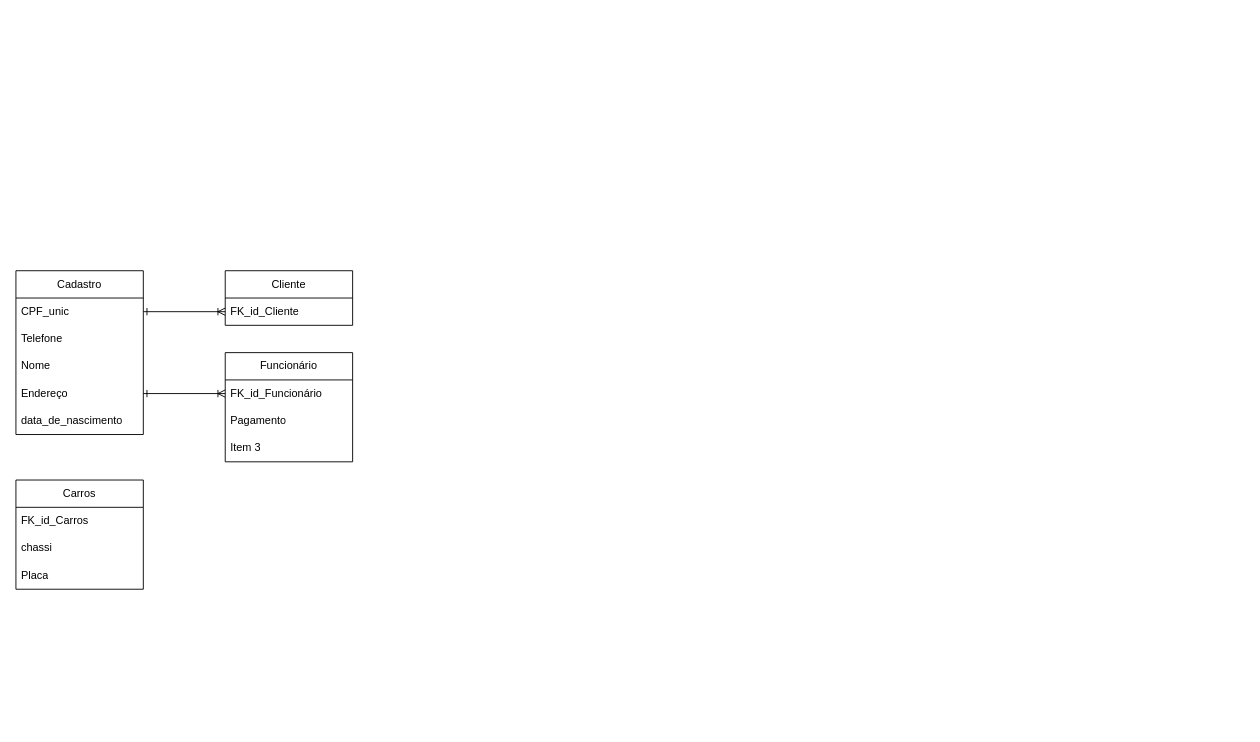
Earlier version of the draw.io diagram Locadora_de_carros.drawio (Adrianobraga/diagramas). Source tidied: cells renumbered, new cells numbered last; positions are measured from the earlier drawing's top-left corner, leaving out a move shared by most shapes. Both pictures are drawn from the tidied source at 91%, with x=0, y=0 at pixel (15, 270).
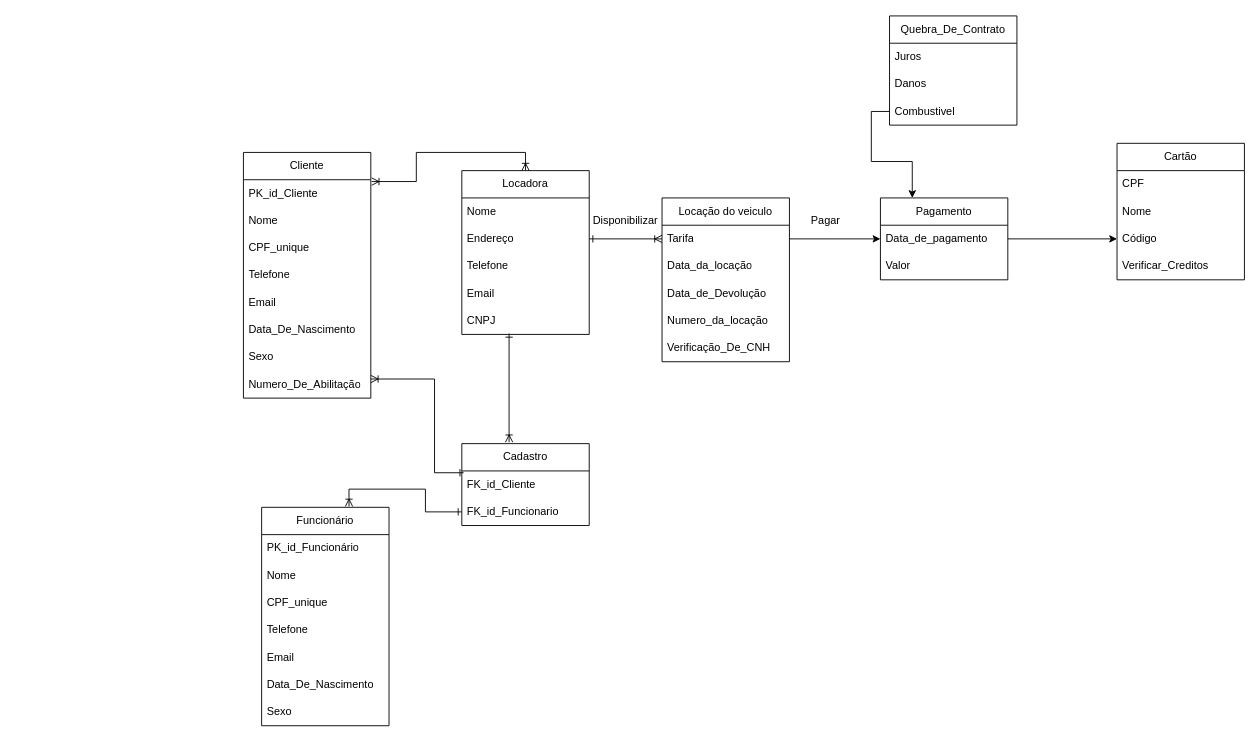
Above is the later version.

Diff of the diagram source:
```diff
@@
-    <mxCell id="2" value="Cadastro" style="swimlane;fontStyle=0;horizontal=1;startSize=30;whiteSpace=wrap;html=1;" parent="1" vertex="1">
-      <mxGeometry width="140" height="180" as="geometry" />
-    </mxCell>
-    <mxCell id="3" value="CPF_unic" style="text;strokeColor=none;fillColor=none;align=left;verticalAlign=middle;spacingLeft=4;spacingRight=4;overflow=hidden;points=[[0,0.5],[1,0.5]];portConstraint=eastwest;whiteSpace=wrap;html=1;" parent="2" vertex="1">
-      <mxGeometry y="30" width="140" height="30" as="geometry" />
-    </mxCell>
-    <mxCell id="4" value="Telefone" style="text;strokeColor=none;fillColor=none;align=left;verticalAlign=middle;spacingLeft=4;spacingRight=4;overflow=hidden;whiteSpace=wrap;html=1;" parent="2" vertex="1">
-      <mxGeometry y="60" width="140" height="30" as="geometry" />
-    </mxCell>
-    <mxCell id="5" value="Nome" style="text;strokeColor=none;fillColor=none;align=left;verticalAlign=middle;spacingLeft=4;spacingRight=4;overflow=hidden;whiteSpace=wrap;html=1;" parent="2" vertex="1">
-      <mxGeometry y="90" width="140" height="30" as="geometry" />
-    </mxCell>
-    <mxCell id="6" value="Endereço" style="text;strokeColor=none;fillColor=none;align=left;verticalAlign=middle;spacingLeft=4;spacingRight=4;overflow=hidden;points=[[0,0.5],[1,0.5]];portConstraint=eastwest;whiteSpace=wrap;html=1;" parent="2" vertex="1">
-      <mxGeometry y="120" width="140" height="30" as="geometry" />
-    </mxCell>
-    <mxCell id="7" value="data_de_nascimento" style="text;strokeColor=none;fillColor=none;align=left;verticalAlign=middle;spacingLeft=4;spacingRight=4;overflow=hidden;whiteSpace=wrap;html=1;" parent="2" vertex="1">
-      <mxGeometry y="150" width="140" height="30" as="geometry" />
-    </mxCell>
     <mxCell id="8" value="Cliente" style="swimlane;fontStyle=0;horizontal=1;startSize=30;whiteSpace=wrap;html=1;" parent="1" vertex="1">
-      <mxGeometry x="230" width="140" height="60" as="geometry" />
+      <mxGeometry x="250" y="-130" width="140" height="270" as="geometry" />
     </mxCell>
-    <mxCell id="9" value="FK_id_Cliente" style="text;strokeColor=none;fillColor=none;align=left;verticalAlign=middle;spacingLeft=4;spacingRight=4;overflow=hidden;points=[[0,0.5],[1,0.5]];portConstraint=eastwest;whiteSpace=wrap;html=1;" parent="8" vertex="1">
+    <mxCell id="9" value="PK_id_Cliente" style="text;strokeColor=none;fillColor=none;align=left;verticalAlign=middle;spacingLeft=4;spacingRight=4;overflow=hidden;points=[[0,0.5],[1,0.5]];portConstraint=eastwest;whiteSpace=wrap;html=1;" parent="8" vertex="1">
       <mxGeometry y="30" width="140" height="30" as="geometry" />
     </mxCell>
-    <mxCell id="10" style="edgeStyle=orthogonalEdgeStyle;rounded=0;jettySize=auto;html=1;exitX=0;exitY=0.5;exitDx=0;exitDy=0;entryX=1;entryY=0.5;entryDx=0;entryDy=0;endArrow=ERone;endFill=0;startArrow=ERoneToMany;startFill=0;" parent="1" edge="1" source="9" target="3">
-      <mxGeometry relative="1" as="geometry" />
-    </mxCell>
+    <mxCell id="20" value="Nome" style="text;strokeColor=none;fillColor=none;align=left;verticalAlign=middle;spacingLeft=4;spacingRight=4;overflow=hidden;whiteSpace=wrap;html=1;" parent="8" vertex="1">
+      <mxGeometry y="60" width="140" height="30" as="geometry" />
+    </mxCell>
+    <mxCell id="21" value="CPF_unique" style="text;strokeColor=none;fillColor=none;align=left;verticalAlign=middle;spacingLeft=4;spacingRight=4;overflow=hidden;whiteSpace=wrap;html=1;" parent="8" vertex="1">
+      <mxGeometry y="90" width="140" height="30" as="geometry" />
+    </mxCell>
+    <mxCell id="22" value="Telefone" style="text;strokeColor=none;fillColor=none;align=left;verticalAlign=middle;spacingLeft=4;spacingRight=4;overflow=hidden;whiteSpace=wrap;html=1;" parent="8" vertex="1">
+      <mxGeometry y="120" width="140" height="30" as="geometry" />
+    </mxCell>
+    <mxCell id="23" value="Email" style="text;strokeColor=none;fillColor=none;align=left;verticalAlign=middle;spacingLeft=4;spacingRight=4;overflow=hidden;whiteSpace=wrap;html=1;" parent="8" vertex="1">
+      <mxGeometry y="150" width="140" height="30" as="geometry" />
+    </mxCell>
+    <mxCell id="24" value="Data_De_Nascimento" style="text;strokeColor=none;fillColor=none;align=left;verticalAlign=middle;spacingLeft=4;spacingRight=4;overflow=hidden;whiteSpace=wrap;html=1;" parent="8" vertex="1">
+      <mxGeometry y="180" width="140" height="30" as="geometry" />
+    </mxCell>
+    <mxCell id="25" value="Sexo" style="text;strokeColor=none;fillColor=none;align=left;verticalAlign=middle;spacingLeft=4;spacingRight=4;overflow=hidden;whiteSpace=wrap;html=1;" parent="8" vertex="1">
+      <mxGeometry y="210" width="140" height="30" as="geometry" />
+    </mxCell>
+    <mxCell id="26" value="Numero_De_Abilitação" style="text;strokeColor=none;fillColor=none;align=left;verticalAlign=middle;spacingLeft=4;spacingRight=4;overflow=hidden;points=[[0,0.5],[1,0.5]];portConstraint=eastwest;whiteSpace=wrap;html=1;" parent="8" vertex="1">
+      <mxGeometry y="240" width="140" height="30" as="geometry" />
+    </mxCell>
+    <mxCell id="27" style="edgeStyle=orthogonalEdgeStyle;rounded=0;jettySize=auto;html=1;exitX=0.686;exitY=-0.004;exitDx=0;exitDy=0;entryX=0;entryY=0.5;entryDx=0;entryDy=0;startArrow=ERoneToMany;startFill=0;endArrow=ERone;endFill=0;exitPerimeter=0;" parent="1" edge="1" source="11" target="52">
+      <mxGeometry relative="1" as="geometry">
+        <Array as="points">
+          <mxPoint x="366" y="240" />
+          <mxPoint x="450" y="240" />
+          <mxPoint x="450" y="265" />
+        </Array>
+      </mxGeometry>
+    </mxCell>
     <mxCell id="11" value="Funcionário" style="swimlane;fontStyle=0;horizontal=1;startSize=30;whiteSpace=wrap;html=1;" parent="1" vertex="1">
-      <mxGeometry x="230" y="90" width="140" height="120" as="geometry" />
+      <mxGeometry x="270" y="260" width="140" height="240" as="geometry" />
     </mxCell>
-    <mxCell id="12" value="FK_id_Funcionário" style="text;strokeColor=none;fillColor=none;align=left;verticalAlign=middle;spacingLeft=4;spacingRight=4;overflow=hidden;points=[[0,0.5],[1,0.5]];portConstraint=eastwest;whiteSpace=wrap;html=1;" parent="11" vertex="1">
+    <mxCell id="12" value="PK_id_Funcionário" style="text;strokeColor=none;fillColor=none;align=left;verticalAlign=middle;spacingLeft=4;spacingRight=4;overflow=hidden;points=[[0,0.5],[1,0.5]];portConstraint=eastwest;whiteSpace=wrap;html=1;" parent="11" vertex="1">
       <mxGeometry y="30" width="140" height="30" as="geometry" />
     </mxCell>
-    <mxCell id="13" value="Pagamento" style="text;strokeColor=none;fillColor=none;align=left;verticalAlign=middle;spacingLeft=4;spacingRight=4;overflow=hidden;points=[[0,0.5],[1,0.5]];portConstraint=eastwest;whiteSpace=wrap;html=1;" parent="11" vertex="1">
-      <mxGeometry y="60" width="140" height="30" as="geometry" />
-    </mxCell>
-    <mxCell id="14" value="Item 3" style="text;strokeColor=none;fillColor=none;align=left;verticalAlign=middle;spacingLeft=4;spacingRight=4;overflow=hidden;whiteSpace=wrap;html=1;" parent="11" vertex="1">
-      <mxGeometry y="90" width="140" height="30" as="geometry" />
+    <mxCell id="14" value="Nome" style="text;strokeColor=none;fillColor=none;align=left;verticalAlign=middle;spacingLeft=4;spacingRight=4;overflow=hidden;whiteSpace=wrap;html=1;" parent="11" vertex="1">
+      <mxGeometry y="60" width="140" height="30" as="geometry" />
     </mxCell>
-    <mxCell id="15" style="edgeStyle=orthogonalEdgeStyle;rounded=0;jettySize=auto;html=1;exitX=0;exitY=0.5;exitDx=0;exitDy=0;entryX=1;entryY=0.5;entryDx=0;entryDy=0;endArrow=ERone;endFill=0;startArrow=ERoneToMany;startFill=0;" parent="1" edge="1" source="12" target="6">
-      <mxGeometry relative="1" as="geometry" />
-    </mxCell>
+    <mxCell id="28" value="CPF_unique" style="text;strokeColor=none;fillColor=none;align=left;verticalAlign=middle;spacingLeft=4;spacingRight=4;overflow=hidden;whiteSpace=wrap;html=1;" parent="11" vertex="1">
+      <mxGeometry y="90" width="140" height="30" as="geometry" />
+    </mxCell>
+    <mxCell id="29" value="Telefone" style="text;strokeColor=none;fillColor=none;align=left;verticalAlign=middle;spacingLeft=4;spacingRight=4;overflow=hidden;whiteSpace=wrap;html=1;" parent="11" vertex="1">
+      <mxGeometry y="120" width="140" height="30" as="geometry" />
+    </mxCell>
+    <mxCell id="30" value="Email" style="text;strokeColor=none;fillColor=none;align=left;verticalAlign=middle;spacingLeft=4;spacingRight=4;overflow=hidden;whiteSpace=wrap;html=1;" parent="11" vertex="1">
+      <mxGeometry y="150" width="140" height="30" as="geometry" />
+    </mxCell>
+    <mxCell id="31" value="Data_De_Nascimento" style="text;strokeColor=none;fillColor=none;align=left;verticalAlign=middle;spacingLeft=4;spacingRight=4;overflow=hidden;whiteSpace=wrap;html=1;" parent="11" vertex="1">
+      <mxGeometry y="180" width="140" height="30" as="geometry" />
+    </mxCell>
+    <mxCell id="32" value="Sexo" style="text;strokeColor=none;fillColor=none;align=left;verticalAlign=middle;spacingLeft=4;spacingRight=4;overflow=hidden;whiteSpace=wrap;html=1;" parent="11" vertex="1">
+      <mxGeometry y="210" width="140" height="30" as="geometry" />
+    </mxCell>
-    <mxCell id="16" value="Carros" style="swimlane;fontStyle=0;horizontal=1;startSize=30;whiteSpace=wrap;html=1;" parent="1" vertex="1">
-      <mxGeometry y="230" width="140" height="120" as="geometry" />
+    <mxCell id="16" value="Locação do veiculo" style="swimlane;fontStyle=0;horizontal=1;startSize=30;whiteSpace=wrap;html=1;" parent="1" vertex="1">
+      <mxGeometry x="710" y="-80" width="140" height="180" as="geometry" />
     </mxCell>
-    <mxCell id="17" value="FK_id_Carros" style="text;strokeColor=none;fillColor=none;align=left;verticalAlign=middle;spacingLeft=4;spacingRight=4;overflow=hidden;points=[[0,0.5],[1,0.5]];portConstraint=eastwest;whiteSpace=wrap;html=1;" parent="16" vertex="1">
+    <mxCell id="17" value="Tarifa" style="text;strokeColor=none;fillColor=none;align=left;verticalAlign=middle;spacingLeft=4;spacingRight=4;overflow=hidden;points=[[0,0.5],[1,0.5]];portConstraint=eastwest;whiteSpace=wrap;html=1;" parent="16" vertex="1">
       <mxGeometry y="30" width="140" height="30" as="geometry" />
     </mxCell>
-    <mxCell id="18" value="chassi" style="text;strokeColor=none;fillColor=none;align=left;verticalAlign=middle;spacingLeft=4;spacingRight=4;overflow=hidden;whiteSpace=wrap;html=1;" parent="16" vertex="1">
+    <mxCell id="18" value="Data_da_locação" style="text;strokeColor=none;fillColor=none;align=left;verticalAlign=middle;spacingLeft=4;spacingRight=4;overflow=hidden;whiteSpace=wrap;html=1;" parent="16" vertex="1">
       <mxGeometry y="60" width="140" height="30" as="geometry" />
     </mxCell>
-    <mxCell id="19" value="Placa" style="text;strokeColor=none;fillColor=none;align=left;verticalAlign=middle;spacingLeft=4;spacingRight=4;overflow=hidden;whiteSpace=wrap;html=1;" parent="16" vertex="1">
+    <mxCell id="19" value="Data_de_Devolução" style="text;strokeColor=none;fillColor=none;align=left;verticalAlign=middle;spacingLeft=4;spacingRight=4;overflow=hidden;whiteSpace=wrap;html=1;" parent="16" vertex="1">
       <mxGeometry y="90" width="140" height="30" as="geometry" />
     </mxCell>
+    <mxCell id="33" value="Numero_da_locação" style="text;strokeColor=none;fillColor=none;align=left;verticalAlign=middle;spacingLeft=4;spacingRight=4;overflow=hidden;whiteSpace=wrap;html=1;" parent="16" vertex="1">
+      <mxGeometry y="120" width="140" height="30" as="geometry" />
+    </mxCell>
+    <mxCell id="34" value="Verificação_De_CNH" style="text;strokeColor=none;fillColor=none;align=left;verticalAlign=middle;spacingLeft=4;spacingRight=4;overflow=hidden;whiteSpace=wrap;html=1;" parent="16" vertex="1">
+      <mxGeometry y="150" width="140" height="30" as="geometry" />
+    </mxCell>
+    <mxCell id="35" value="Locadora" style="swimlane;fontStyle=0;horizontal=1;startSize=30;whiteSpace=wrap;html=1;" parent="1" vertex="1">
+      <mxGeometry x="490" y="-110" width="140" height="180" as="geometry" />
+    </mxCell>
+    <mxCell id="36" value="Nome" style="text;strokeColor=none;fillColor=none;align=left;verticalAlign=middle;spacingLeft=4;spacingRight=4;overflow=hidden;whiteSpace=wrap;html=1;" parent="35" vertex="1">
+      <mxGeometry y="30" width="140" height="30" as="geometry" />
+    </mxCell>
+    <mxCell id="6" value="Endereço" style="text;strokeColor=none;fillColor=none;align=left;verticalAlign=middle;spacingLeft=4;spacingRight=4;overflow=hidden;points=[[0,0.5],[1,0.5]];portConstraint=eastwest;whiteSpace=wrap;html=1;" parent="35" vertex="1">
+      <mxGeometry y="60" width="140" height="30" as="geometry" />
+    </mxCell>
+    <mxCell id="37" value="Telefone" style="text;strokeColor=none;fillColor=none;align=left;verticalAlign=middle;spacingLeft=4;spacingRight=4;overflow=hidden;whiteSpace=wrap;html=1;" parent="35" vertex="1">
+      <mxGeometry y="90" width="140" height="30" as="geometry" />
+    </mxCell>
+    <mxCell id="38" value="Email" style="text;strokeColor=none;fillColor=none;align=left;verticalAlign=middle;spacingLeft=4;spacingRight=4;overflow=hidden;whiteSpace=wrap;html=1;" parent="35" vertex="1">
+      <mxGeometry y="120" width="140" height="30" as="geometry" />
+    </mxCell>
+    <mxCell id="39" value="CNPJ" style="text;strokeColor=none;fillColor=none;align=left;verticalAlign=middle;spacingLeft=4;spacingRight=4;overflow=hidden;points=[[0,0.5],[1,0.5]];portConstraint=eastwest;whiteSpace=wrap;html=1;" parent="35" vertex="1">
+      <mxGeometry y="150" width="140" height="30" as="geometry" />
+    </mxCell>
+    <mxCell id="40" style="edgeStyle=orthogonalEdgeStyle;rounded=0;jettySize=auto;html=1;exitX=0.5;exitY=0;exitDx=0;exitDy=0;entryX=1.007;entryY=0.067;entryDx=0;entryDy=0;entryPerimeter=0;startArrow=ERoneToMany;startFill=0;endArrow=ERoneToMany;endFill=0;" parent="1" edge="1" source="35" target="9">
+      <mxGeometry relative="1" as="geometry" />
+    </mxCell>
+    <mxCell id="13" value="Pagamento" style="swimlane;fontStyle=0;horizontal=1;startSize=30;whiteSpace=wrap;html=1;" parent="1" vertex="1">
+      <mxGeometry x="950" y="-80" width="140" height="90" as="geometry" />
+    </mxCell>
+    <mxCell id="41" value="Data_de_pagamento" style="text;strokeColor=none;fillColor=none;align=left;verticalAlign=middle;spacingLeft=4;spacingRight=4;overflow=hidden;points=[[0,0.5],[1,0.5]];portConstraint=eastwest;whiteSpace=wrap;html=1;" parent="13" vertex="1">
+      <mxGeometry y="30" width="140" height="30" as="geometry" />
+    </mxCell>
+    <mxCell id="42" value="Valor" style="text;strokeColor=none;fillColor=none;align=left;verticalAlign=middle;spacingLeft=4;spacingRight=4;overflow=hidden;whiteSpace=wrap;html=1;" parent="13" vertex="1">
+      <mxGeometry y="60" width="140" height="30" as="geometry" />
+    </mxCell>
+    <mxCell id="43" style="edgeStyle=orthogonalEdgeStyle;rounded=0;jettySize=auto;html=1;exitX=1;exitY=0.5;exitDx=0;exitDy=0;entryX=0;entryY=0.5;entryDx=0;entryDy=0;" parent="1" edge="1" source="17" target="41">
+      <mxGeometry relative="1" as="geometry" />
+    </mxCell>
+    <mxCell id="44" value="Pagar" style="text;html=1;align=center;verticalAlign=middle;whiteSpace=wrap;rounded=0;" parent="1" vertex="1">
+      <mxGeometry x="860" y="-70" width="60" height="30" as="geometry" />
+    </mxCell>
+    <mxCell id="45" value="Cartão" style="swimlane;fontStyle=0;horizontal=1;startSize=30;whiteSpace=wrap;html=1;" parent="1" vertex="1">
+      <mxGeometry x="1210" y="-140" width="140" height="150" as="geometry" />
+    </mxCell>
+    <mxCell id="46" value="CPF" style="text;strokeColor=none;fillColor=none;align=left;verticalAlign=middle;spacingLeft=4;spacingRight=4;overflow=hidden;whiteSpace=wrap;html=1;" parent="45" vertex="1">
+      <mxGeometry y="30" width="140" height="30" as="geometry" />
+    </mxCell>
+    <mxCell id="47" value="Nome" style="text;strokeColor=none;fillColor=none;align=left;verticalAlign=middle;spacingLeft=4;spacingRight=4;overflow=hidden;whiteSpace=wrap;html=1;" parent="45" vertex="1">
+      <mxGeometry y="60" width="140" height="30" as="geometry" />
+    </mxCell>
+    <mxCell id="48" value="Código" style="text;strokeColor=none;fillColor=none;align=left;verticalAlign=middle;spacingLeft=4;spacingRight=4;overflow=hidden;points=[[0,0.5],[1,0.5]];portConstraint=eastwest;whiteSpace=wrap;html=1;" parent="45" vertex="1">
+      <mxGeometry y="90" width="140" height="30" as="geometry" />
+    </mxCell>
+    <mxCell id="49" value="Verificar_Creditos" style="text;strokeColor=none;fillColor=none;align=left;verticalAlign=middle;spacingLeft=4;spacingRight=4;overflow=hidden;whiteSpace=wrap;html=1;" parent="45" vertex="1">
+      <mxGeometry y="120" width="140" height="30" as="geometry" />
+    </mxCell>
+    <mxCell id="50" style="edgeStyle=orthogonalEdgeStyle;rounded=0;jettySize=auto;html=1;exitX=1;exitY=0.5;exitDx=0;exitDy=0;entryX=0;entryY=0.5;entryDx=0;entryDy=0;" parent="1" edge="1" source="41" target="48">
+      <mxGeometry relative="1" as="geometry" />
+    </mxCell>
+    <mxCell id="2" value="Cadastro" style="swimlane;fontStyle=0;horizontal=1;startSize=30;whiteSpace=wrap;html=1;" parent="1" vertex="1">
+      <mxGeometry x="490" y="190" width="140" height="90" as="geometry" />
+    </mxCell>
+    <mxCell id="51" value="FK_id_Cliente" style="text;strokeColor=none;fillColor=none;align=left;verticalAlign=middle;spacingLeft=4;spacingRight=4;overflow=hidden;points=[[0,0.5],[1,0.5]];portConstraint=eastwest;whiteSpace=wrap;html=1;" parent="2" vertex="1">
+      <mxGeometry y="30" width="140" height="30" as="geometry" />
+    </mxCell>
+    <mxCell id="52" value="FK_id_Funcionario" style="text;strokeColor=none;fillColor=none;align=left;verticalAlign=middle;spacingLeft=4;spacingRight=4;overflow=hidden;points=[[0,0.5],[1,0.5]];portConstraint=eastwest;whiteSpace=wrap;html=1;" parent="2" vertex="1">
+      <mxGeometry y="60" width="140" height="30" as="geometry" />
+    </mxCell>
+    <mxCell id="53" style="edgeStyle=orthogonalEdgeStyle;rounded=0;jettySize=auto;html=1;entryX=0.371;entryY=-0.017;entryDx=0;entryDy=0;entryPerimeter=0;endArrow=ERoneToMany;endFill=0;startArrow=ERone;startFill=0;exitX=0.371;exitY=0.967;exitDx=0;exitDy=0;exitPerimeter=0;" parent="1" edge="1" source="39" target="2">
+      <mxGeometry relative="1" as="geometry" />
+    </mxCell>
+    <mxCell id="54" style="edgeStyle=orthogonalEdgeStyle;rounded=0;jettySize=auto;html=1;exitX=1;exitY=0.3;exitDx=0;exitDy=0;entryX=0.014;entryY=0.067;entryDx=0;entryDy=0;entryPerimeter=0;exitPerimeter=0;endArrow=ERone;endFill=0;startArrow=ERoneToMany;startFill=0;" parent="1" edge="1" source="26" target="51">
+      <mxGeometry relative="1" as="geometry">
+        <Array as="points">
+          <mxPoint x="460" y="119" />
+          <mxPoint x="460" y="222" />
+        </Array>
+      </mxGeometry>
+    </mxCell>
+    <mxCell id="55" style="edgeStyle=orthogonalEdgeStyle;rounded=0;jettySize=auto;html=1;exitX=0;exitY=0.5;exitDx=0;exitDy=0;entryX=1;entryY=0.5;entryDx=0;entryDy=0;endArrow=ERone;endFill=0;startArrow=ERoneToMany;startFill=0;" parent="1" edge="1" source="17" target="6">
+      <mxGeometry relative="1" as="geometry" />
+    </mxCell>
+    <mxCell id="56" value="Quebra_De_Contrato" style="swimlane;fontStyle=0;horizontal=1;startSize=30;whiteSpace=wrap;html=1;" parent="1" vertex="1">
+      <mxGeometry x="960" y="-280" width="140" height="120" as="geometry" />
+    </mxCell>
+    <mxCell id="57" value="Juros" style="text;strokeColor=none;fillColor=none;align=left;verticalAlign=middle;spacingLeft=4;spacingRight=4;overflow=hidden;whiteSpace=wrap;html=1;" parent="56" vertex="1">
+      <mxGeometry y="30" width="140" height="30" as="geometry" />
+    </mxCell>
+    <mxCell id="58" value="Danos" style="text;strokeColor=none;fillColor=none;align=left;verticalAlign=middle;spacingLeft=4;spacingRight=4;overflow=hidden;whiteSpace=wrap;html=1;" parent="56" vertex="1">
+      <mxGeometry y="60" width="140" height="30" as="geometry" />
+    </mxCell>
+    <mxCell id="59" value="Combustivel" style="text;strokeColor=none;fillColor=none;align=left;verticalAlign=middle;spacingLeft=4;spacingRight=4;overflow=hidden;points=[[0,0.5],[1,0.5]];portConstraint=eastwest;whiteSpace=wrap;html=1;" parent="56" vertex="1">
+      <mxGeometry y="90" width="140" height="30" as="geometry" />
+    </mxCell>
+    <mxCell id="60" style="edgeStyle=orthogonalEdgeStyle;rounded=0;jettySize=auto;html=1;exitX=0;exitY=0.5;exitDx=0;exitDy=0;entryX=0.25;entryY=0;entryDx=0;entryDy=0;" parent="1" edge="1" source="59" target="13">
+      <mxGeometry relative="1" as="geometry" />
+    </mxCell>
+    <mxCell id="61" value="Disponibilizar" style="text;html=1;align=center;verticalAlign=middle;whiteSpace=wrap;rounded=0;" parent="1" vertex="1">
+      <mxGeometry x="640" y="-70" width="60" height="30" as="geometry" />
+    </mxCell>
```
